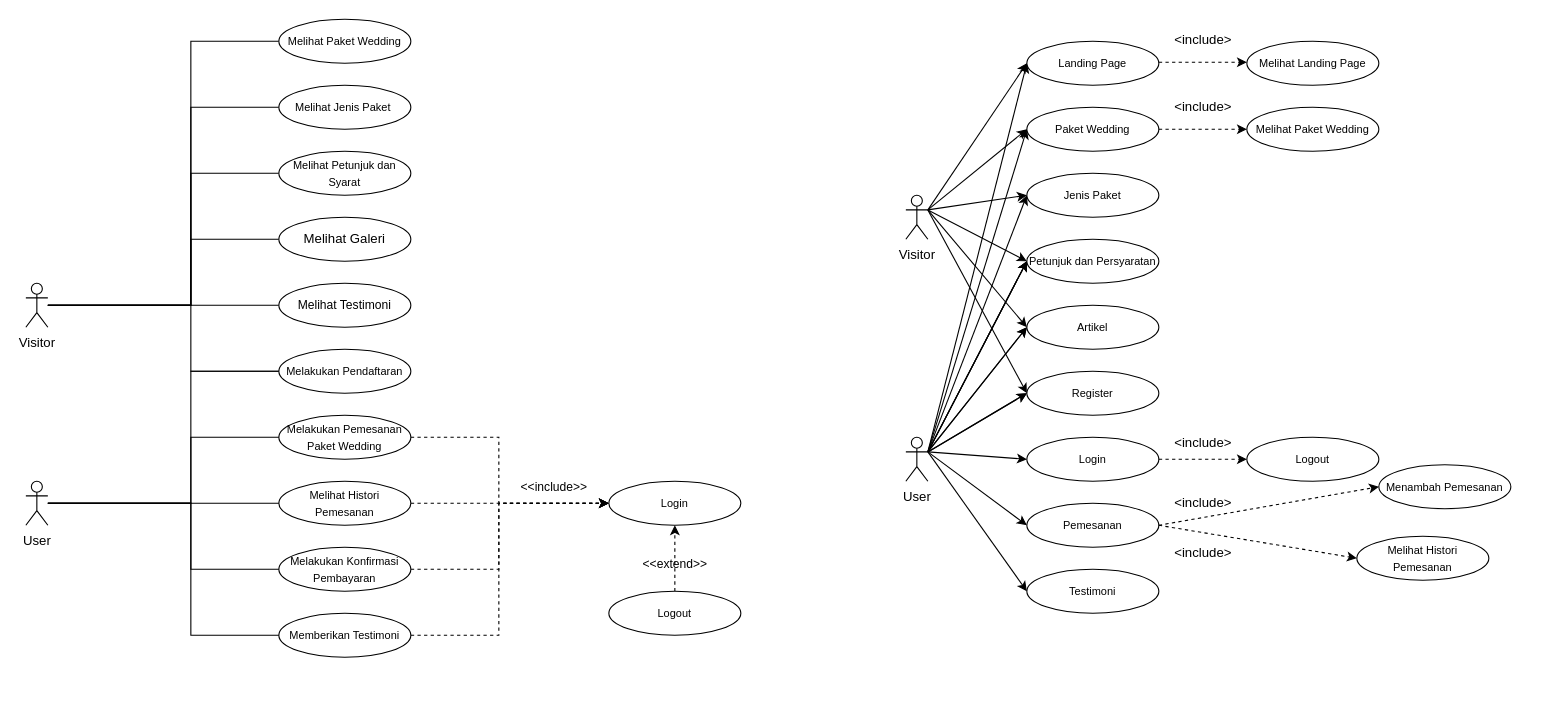
Earlier version of the draw.io diagram Use Case Diagram User.drawio (wepro-v/asset). Source tidied: cells renumbered, new cells numbered last; positions are measured from the earlier drawing's top-left corner, leaving out a move shared by most shapes. Both pictures are drawn from the tidied source at 110%, with x=0, y=0 at pixel (25, 19).
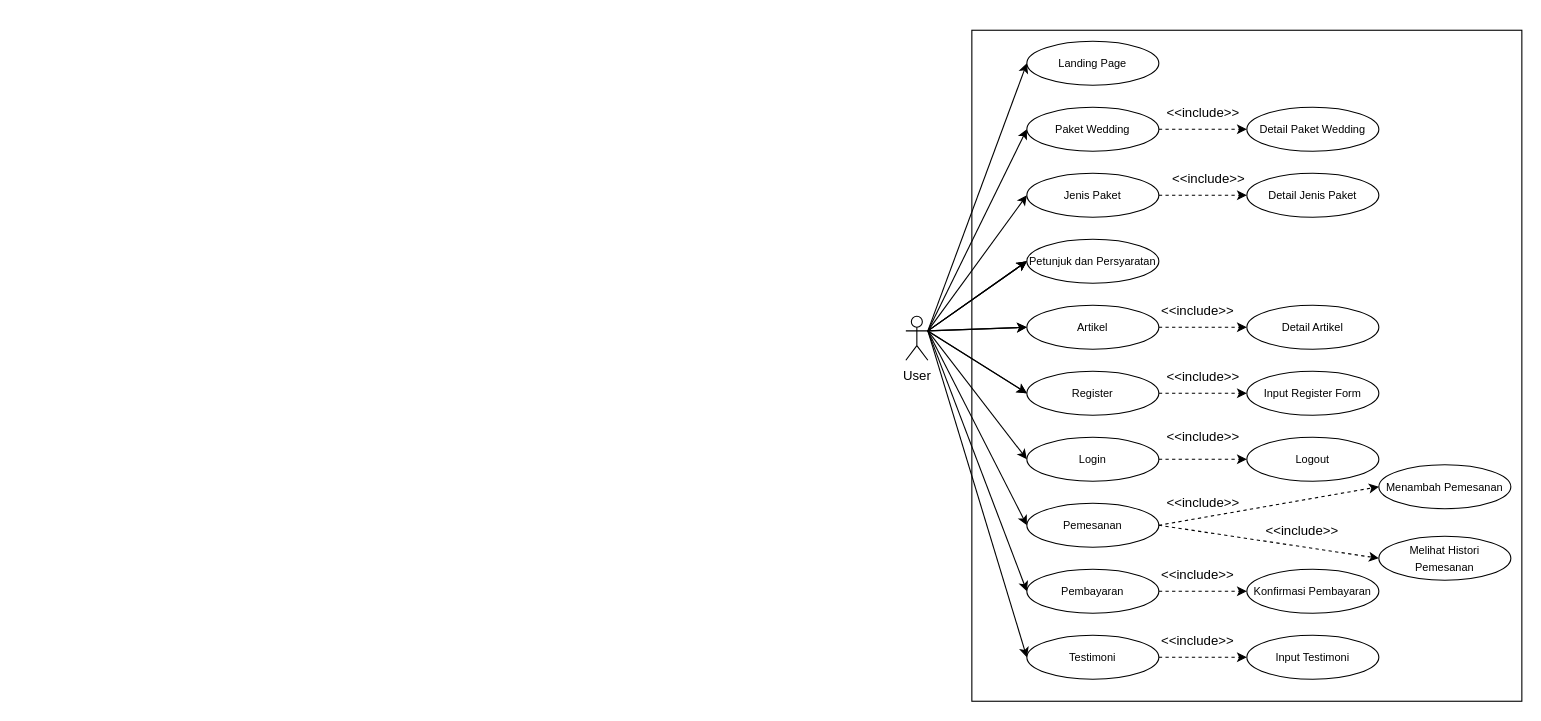
The same page after the edit.

The change refers to these unchanged cells:
```xml
<mxCell id="35" value="&lt;font style=&quot;font-size: 10px;&quot;&gt;Landing Page&lt;/font&gt;" style="ellipse;whiteSpace=wrap;html=1;" parent="1" vertex="1">
  <mxGeometry x="910" y="20" width="120" height="40" as="geometry" />
</mxCell>
<mxCell id="36" value="&lt;font style=&quot;font-size: 10px;&quot;&gt;Paket Wedding&lt;/font&gt;" style="ellipse;whiteSpace=wrap;html=1;" parent="1" vertex="1">
  <mxGeometry x="910" y="80" width="120" height="40" as="geometry" />
</mxCell>
<mxCell id="37" value="&lt;font style=&quot;font-size: 10px;&quot;&gt;Jenis Paket&lt;/font&gt;" style="ellipse;whiteSpace=wrap;html=1;" parent="1" vertex="1">
  <mxGeometry x="910" y="140" width="120" height="40" as="geometry" />
</mxCell>
<mxCell id="39" value="&lt;font style=&quot;font-size: 10px;&quot;&gt;Petunjuk dan Persyaratan&lt;/font&gt;" style="ellipse;whiteSpace=wrap;html=1;" parent="1" vertex="1">
  <mxGeometry x="910" y="200" width="120" height="40" as="geometry" />
</mxCell>
<mxCell id="40" value="&lt;font style=&quot;font-size: 10px;&quot;&gt;Register&lt;/font&gt;" style="ellipse;whiteSpace=wrap;html=1;" parent="1" vertex="1">
  <mxGeometry x="910" y="320" width="120" height="40" as="geometry" />
</mxCell>
<mxCell id="48" value="&lt;font style=&quot;font-size: 10px;&quot;&gt;Artikel&lt;/font&gt;" style="ellipse;whiteSpace=wrap;html=1;" parent="1" vertex="1">
  <mxGeometry x="910" y="260" width="120" height="40" as="geometry" />
</mxCell>
```

What changed in the source:
```diff
@@
-    <mxCell id="2" style="edgeStyle=orthogonalEdgeStyle;rounded=0;jettySize=auto;html=1;entryX=0;entryY=0.5;entryDx=0;entryDy=0;endArrow=none;endFill=0;" parent="1" edge="1" source="3" target="4">
-      <mxGeometry relative="1" as="geometry">
-        <Array as="points">
-          <mxPoint x="150" y="260" />
-          <mxPoint x="150" y="20" />
-        </Array>
-      </mxGeometry>
-    </mxCell>
-    <mxCell id="3" value="Visitor" style="shape=umlActor;verticalLabelPosition=bottom;verticalAlign=top;html=1;" parent="1" vertex="1">
-      <mxGeometry y="240" width="20" height="40" as="geometry" />
-    </mxCell>
-    <mxCell id="4" value="&lt;font style=&quot;font-size: 10px;&quot;&gt;Melihat Paket Wedding&lt;/font&gt;" style="ellipse;whiteSpace=wrap;html=1;" parent="1" vertex="1">
-      <mxGeometry x="230" width="120" height="40" as="geometry" />
-    </mxCell>
-    <mxCell id="5" style="edgeStyle=orthogonalEdgeStyle;rounded=0;jettySize=auto;html=1;endArrow=none;endFill=0;" parent="1" edge="1" source="6">
-      <mxGeometry relative="1" as="geometry">
-        <mxPoint x="20" y="260" as="targetPoint" />
-        <Array as="points">
-          <mxPoint x="150" y="80" />
-          <mxPoint x="150" y="260" />
-        </Array>
-      </mxGeometry>
-    </mxCell>
-    <mxCell id="6" value="&lt;font style=&quot;font-size: 10px;&quot;&gt;Melihat Jenis Paket&amp;nbsp;&lt;/font&gt;" style="ellipse;whiteSpace=wrap;html=1;" parent="1" vertex="1">
-      <mxGeometry x="230" y="60" width="120" height="40" as="geometry" />
-    </mxCell>
-    <mxCell id="7" style="edgeStyle=orthogonalEdgeStyle;rounded=0;jettySize=auto;html=1;exitX=0;exitY=0.5;exitDx=0;exitDy=0;endArrow=none;endFill=0;" parent="1" edge="1" source="8">
-      <mxGeometry relative="1" as="geometry">
-        <mxPoint x="20" y="260" as="targetPoint" />
-        <Array as="points">
-          <mxPoint x="150" y="140" />
-          <mxPoint x="150" y="260" />
-        </Array>
-      </mxGeometry>
-    </mxCell>
-    <mxCell id="8" value="&lt;font style=&quot;font-size: 10px;&quot;&gt;Melihat Petunjuk dan Syarat&lt;/font&gt;" style="ellipse;whiteSpace=wrap;html=1;" parent="1" vertex="1">
-      <mxGeometry x="230" y="120" width="120" height="40" as="geometry" />
-    </mxCell>
-    <mxCell id="9" style="edgeStyle=orthogonalEdgeStyle;rounded=0;jettySize=auto;html=1;endArrow=none;endFill=0;" parent="1" edge="1" source="10">
-      <mxGeometry relative="1" as="geometry">
-        <mxPoint x="20" y="260" as="targetPoint" />
-        <Array as="points">
-          <mxPoint x="150" y="200" />
-          <mxPoint x="150" y="260" />
-        </Array>
-      </mxGeometry>
-    </mxCell>
-    <mxCell id="10" value="Melihat Galeri" style="ellipse;whiteSpace=wrap;html=1;" parent="1" vertex="1">
-      <mxGeometry x="230" y="180" width="120" height="40" as="geometry" />
-    </mxCell>
-    <mxCell id="11" style="edgeStyle=orthogonalEdgeStyle;rounded=0;jettySize=auto;html=1;exitX=0;exitY=0.5;exitDx=0;exitDy=0;endArrow=none;endFill=0;" parent="1" edge="1" source="12">
-      <mxGeometry relative="1" as="geometry">
-        <mxPoint x="20" y="260.2" as="targetPoint" />
-      </mxGeometry>
-    </mxCell>
-    <mxCell id="12" value="Melihat Testimoni" style="ellipse;whiteSpace=wrap;html=1;fontSize=11;" parent="1" vertex="1">
-      <mxGeometry x="230" y="240" width="120" height="40" as="geometry" />
-    </mxCell>
-    <mxCell id="13" style="edgeStyle=orthogonalEdgeStyle;rounded=0;jettySize=auto;html=1;endArrow=none;endFill=0;" parent="1" edge="1" source="14">
-      <mxGeometry relative="1" as="geometry">
-        <mxPoint x="20" y="260" as="targetPoint" />
-        <Array as="points">
-          <mxPoint x="150" y="320" />
-          <mxPoint x="150" y="260" />
-        </Array>
-      </mxGeometry>
-    </mxCell>
-    <mxCell id="14" value="&lt;font style=&quot;font-size: 10px;&quot;&gt;Melakukan Pendaftaran&lt;/font&gt;" style="ellipse;whiteSpace=wrap;html=1;" parent="1" vertex="1">
-      <mxGeometry x="230" y="300" width="120" height="40" as="geometry" />
-    </mxCell>
-    <mxCell id="15" style="edgeStyle=orthogonalEdgeStyle;rounded=0;jettySize=auto;html=1;entryX=0;entryY=0.5;entryDx=0;entryDy=0;dashed=1;" parent="1" edge="1" source="16" target="23">
-      <mxGeometry relative="1" as="geometry">
-        <Array as="points">
-          <mxPoint x="430" y="380" />
-          <mxPoint x="430" y="440" />
-        </Array>
-      </mxGeometry>
-    </mxCell>
-    <mxCell id="16" value="&lt;font style=&quot;font-size: 10px;&quot;&gt;Melakukan Pemesanan Paket Wedding&lt;/font&gt;" style="ellipse;whiteSpace=wrap;html=1;" parent="1" vertex="1">
-      <mxGeometry x="230" y="360" width="120" height="40" as="geometry" />
-    </mxCell>
-    <mxCell id="17" style="edgeStyle=orthogonalEdgeStyle;rounded=0;jettySize=auto;html=1;exitX=1;exitY=0.5;exitDx=0;exitDy=0;dashed=1;entryX=0;entryY=0.5;entryDx=0;entryDy=0;" parent="1" edge="1" source="18" target="23">
-      <mxGeometry relative="1" as="geometry">
-        <Array as="points">
-          <mxPoint x="490" y="440" />
-          <mxPoint x="490" y="440" />
-        </Array>
-      </mxGeometry>
-    </mxCell>
-    <mxCell id="18" value="&lt;font style=&quot;font-size: 10px;&quot;&gt;Melihat Histori Pemesanan&lt;/font&gt;" style="ellipse;whiteSpace=wrap;html=1;" parent="1" vertex="1">
-      <mxGeometry x="230" y="420" width="120" height="40" as="geometry" />
-    </mxCell>
-    <mxCell id="19" style="edgeStyle=orthogonalEdgeStyle;rounded=0;jettySize=auto;html=1;entryX=0;entryY=0.5;entryDx=0;entryDy=0;dashed=1;" parent="1" edge="1" source="20" target="23">
-      <mxGeometry relative="1" as="geometry">
-        <Array as="points">
-          <mxPoint x="430" y="500" />
-          <mxPoint x="430" y="440" />
-        </Array>
-      </mxGeometry>
-    </mxCell>
-    <mxCell id="20" value="&lt;font style=&quot;font-size: 10px;&quot;&gt;Melakukan Konfirmasi Pembayaran&lt;/font&gt;" style="ellipse;whiteSpace=wrap;html=1;" parent="1" vertex="1">
-      <mxGeometry x="230" y="480" width="120" height="40" as="geometry" />
-    </mxCell>
-    <mxCell id="21" style="edgeStyle=orthogonalEdgeStyle;rounded=0;jettySize=auto;html=1;exitX=1;exitY=0.5;exitDx=0;exitDy=0;dashed=1;entryX=0;entryY=0.5;entryDx=0;entryDy=0;" parent="1" edge="1" source="22" target="23">
-      <mxGeometry relative="1" as="geometry">
-        <Array as="points">
-          <mxPoint x="430" y="560" />
-          <mxPoint x="430" y="440" />
-        </Array>
-      </mxGeometry>
-    </mxCell>
-    <mxCell id="22" value="&lt;font style=&quot;font-size: 10px;&quot;&gt;Memberikan Testimoni&lt;/font&gt;" style="ellipse;whiteSpace=wrap;html=1;" parent="1" vertex="1">
-      <mxGeometry x="230" y="540" width="120" height="40" as="geometry" />
-    </mxCell>
-    <mxCell id="23" value="&lt;font style=&quot;font-size: 10px;&quot;&gt;Login&lt;/font&gt;" style="ellipse;whiteSpace=wrap;html=1;" parent="1" vertex="1">
-      <mxGeometry x="530" y="420" width="120" height="40" as="geometry" />
-    </mxCell>
-    <mxCell id="24" value="&lt;font style=&quot;font-size: 11px;&quot;&gt;&amp;lt;&amp;lt;include&amp;gt;&amp;gt;&lt;/font&gt;" style="text;html=1;align=center;verticalAlign=middle;strokeColor=none;fillColor=none;" parent="1" vertex="1">
-      <mxGeometry x="440" y="410" width="80" height="30" as="geometry" />
-    </mxCell>
-    <mxCell id="25" style="edgeStyle=orthogonalEdgeStyle;rounded=0;jettySize=auto;html=1;dashed=1;" parent="1" edge="1" source="26" target="23">
-      <mxGeometry relative="1" as="geometry" />
-    </mxCell>
-    <mxCell id="26" value="&lt;font style=&quot;font-size: 10px;&quot;&gt;Logout&lt;/font&gt;" style="ellipse;whiteSpace=wrap;html=1;" parent="1" vertex="1">
-      <mxGeometry x="530" y="520" width="120" height="40" as="geometry" />
-    </mxCell>
-    <mxCell id="27" value="&lt;font style=&quot;font-size: 11px;&quot;&gt;&amp;lt;&amp;lt;extend&amp;gt;&amp;gt;&lt;/font&gt;" style="text;html=1;align=center;verticalAlign=middle;strokeColor=none;fillColor=none;" parent="1" vertex="1">
-      <mxGeometry x="550" y="480" width="80" height="30" as="geometry" />
-    </mxCell>
-    <mxCell id="28" style="edgeStyle=orthogonalEdgeStyle;rounded=0;jettySize=auto;html=1;entryX=0;entryY=0.5;entryDx=0;entryDy=0;endArrow=none;endFill=0;" parent="1" edge="1" source="33" target="16">
-      <mxGeometry relative="1" as="geometry">
-        <Array as="points">
-          <mxPoint x="150" y="440" />
-          <mxPoint x="150" y="380" />
-        </Array>
-      </mxGeometry>
-    </mxCell>
-    <mxCell id="29" style="edgeStyle=orthogonalEdgeStyle;rounded=0;jettySize=auto;html=1;entryX=0;entryY=0.5;entryDx=0;entryDy=0;endArrow=none;endFill=0;" parent="1" edge="1" source="33" target="18">
-      <mxGeometry relative="1" as="geometry" />
-    </mxCell>
-    <mxCell id="30" style="edgeStyle=orthogonalEdgeStyle;rounded=0;jettySize=auto;html=1;entryX=0;entryY=0.5;entryDx=0;entryDy=0;endArrow=none;endFill=0;" parent="1" edge="1" source="33" target="20">
-      <mxGeometry relative="1" as="geometry">
-        <Array as="points">
-          <mxPoint x="150" y="440" />
-          <mxPoint x="150" y="500" />
-        </Array>
-      </mxGeometry>
-    </mxCell>
-    <mxCell id="31" style="edgeStyle=orthogonalEdgeStyle;rounded=0;jettySize=auto;html=1;entryX=0;entryY=0.5;entryDx=0;entryDy=0;endArrow=none;endFill=0;" parent="1" edge="1" source="33" target="22">
-      <mxGeometry relative="1" as="geometry">
-        <Array as="points">
-          <mxPoint x="150" y="440" />
-          <mxPoint x="150" y="560" />
-        </Array>
-      </mxGeometry>
-    </mxCell>
-    <mxCell id="32" style="edgeStyle=orthogonalEdgeStyle;rounded=0;jettySize=auto;html=1;entryX=0;entryY=0.5;entryDx=0;entryDy=0;endArrow=none;endFill=0;" parent="1" edge="1" source="33" target="14">
-      <mxGeometry relative="1" as="geometry">
-        <Array as="points">
-          <mxPoint x="150" y="440" />
-          <mxPoint x="150" y="320" />
-        </Array>
-      </mxGeometry>
-    </mxCell>
-    <mxCell id="33" value="User" style="shape=umlActor;verticalLabelPosition=bottom;verticalAlign=top;html=1;" parent="1" vertex="1">
-      <mxGeometry y="420" width="20" height="40" as="geometry" />
-    </mxCell>
+    <mxCell id="79" style="rounded=0;whiteSpace=wrap;html=1;" parent="1" vertex="1">
+      <mxGeometry x="860" y="10" width="500" height="610" as="geometry" />
+    </mxCell>
     <mxCell id="34" value="User" style="shape=umlActor;verticalLabelPosition=bottom;verticalAlign=top;html=1;" parent="1" vertex="1">
-      <mxGeometry x="800" y="380" width="20" height="40" as="geometry" />
+      <mxGeometry x="800" y="270" width="20" height="40" as="geometry" />
     </mxCell>
@@
+    <mxCell id="80" style="edgeStyle=orthogonalEdgeStyle;rounded=0;jettySize=auto;html=1;dashed=1;" parent="1" edge="1" source="36" target="85">
+      <mxGeometry relative="1" as="geometry" />
+    </mxCell>
@@
+    <mxCell id="81" style="edgeStyle=orthogonalEdgeStyle;rounded=0;jettySize=auto;html=1;dashed=1;" parent="1" edge="1" source="37" target="86">
+      <mxGeometry relative="1" as="geometry" />
+    </mxCell>
@@
+    <mxCell id="82" style="edgeStyle=orthogonalEdgeStyle;rounded=0;jettySize=auto;html=1;dashed=1;" parent="1" edge="1" source="40" target="88">
+      <mxGeometry relative="1" as="geometry" />
+    </mxCell>
@@
-    <mxCell id="42" value="Visitor" style="shape=umlActor;verticalLabelPosition=bottom;verticalAlign=top;html=1;" parent="1" vertex="1">
-      <mxGeometry x="800" y="160" width="20" height="40" as="geometry" />
-    </mxCell>
-    <mxCell id="43" style="endArrow=classic;html=1;rounded=0;exitX=1;exitY=0.3333333333333333;exitDx=0;exitDy=0;exitPerimeter=0;entryX=0;entryY=0.5;entryDx=0;entryDy=0;" parent="1" edge="1" source="42" target="35">
-      <mxGeometry relative="1" as="geometry" />
-    </mxCell>
-    <mxCell id="44" style="endArrow=classic;html=1;rounded=0;entryX=0;entryY=0.5;entryDx=0;entryDy=0;exitX=1;exitY=0.3333333333333333;exitDx=0;exitDy=0;exitPerimeter=0;" parent="1" edge="1" source="42" target="36">
-      <mxGeometry relative="1" as="geometry" />
-    </mxCell>
-    <mxCell id="45" style="endArrow=classic;html=1;rounded=0;entryX=0;entryY=0.5;entryDx=0;entryDy=0;exitX=1;exitY=0.3333333333333333;exitDx=0;exitDy=0;exitPerimeter=0;" parent="1" edge="1" source="42" target="37">
-      <mxGeometry relative="1" as="geometry" />
-    </mxCell>
-    <mxCell id="46" style="endArrow=classic;html=1;rounded=0;exitX=1;exitY=0.3333333333333333;exitDx=0;exitDy=0;exitPerimeter=0;entryX=0;entryY=0.5;entryDx=0;entryDy=0;" parent="1" edge="1" source="42" target="39">
-      <mxGeometry relative="1" as="geometry" />
-    </mxCell>
-    <mxCell id="47" style="endArrow=classic;html=1;rounded=0;exitX=1;exitY=0.3333333333333333;exitDx=0;exitDy=0;exitPerimeter=0;entryX=0;entryY=0.5;entryDx=0;entryDy=0;" parent="1" edge="1" source="42" target="40">
-      <mxGeometry relative="1" as="geometry" />
-    </mxCell>
+    <mxCell id="83" style="edgeStyle=orthogonalEdgeStyle;rounded=0;jettySize=auto;html=1;dashed=1;" parent="1" edge="1" source="48" target="87">
+      <mxGeometry relative="1" as="geometry" />
+    </mxCell>
@@
-    <mxCell id="49" style="endArrow=classic;html=1;rounded=0;entryX=0;entryY=0.5;entryDx=0;entryDy=0;exitX=1;exitY=0.3333333333333333;exitDx=0;exitDy=0;exitPerimeter=0;" parent="1" edge="1" source="42" target="48">
-      <mxGeometry relative="1" as="geometry" />
-    </mxCell>
+    <mxCell id="84" style="edgeStyle=orthogonalEdgeStyle;rounded=0;jettySize=auto;html=1;dashed=1;" parent="1" edge="1" source="50" target="89">
+      <mxGeometry relative="1" as="geometry" />
+    </mxCell>
     <mxCell id="50" value="&lt;font style=&quot;font-size: 10px;&quot;&gt;Testimoni&lt;/font&gt;" style="ellipse;whiteSpace=wrap;html=1;" parent="1" vertex="1">
-      <mxGeometry x="910" y="500" width="120" height="40" as="geometry" />
+      <mxGeometry x="910" y="560" width="120" height="40" as="geometry" />
     </mxCell>
@@
-    <mxCell id="64" value="&lt;font style=&quot;font-size: 10px;&quot;&gt;Melihat Landing Page&lt;/font&gt;" style="ellipse;whiteSpace=wrap;html=1;" parent="1" vertex="1">
-      <mxGeometry x="1110" y="20" width="120" height="40" as="geometry" />
-    </mxCell>
-    <mxCell id="65" value="&lt;font style=&quot;font-size: 10px;&quot;&gt;Melihat Paket Wedding&lt;/font&gt;" style="ellipse;whiteSpace=wrap;html=1;" parent="1" vertex="1">
-      <mxGeometry x="1110" y="80" width="120" height="40" as="geometry" />
-    </mxCell>
@@
     <mxCell id="68" value="&lt;font style=&quot;font-size: 10px;&quot;&gt;Melihat Histori Pemesanan&lt;/font&gt;" style="ellipse;whiteSpace=wrap;html=1;" parent="1" vertex="1">
-      <mxGeometry x="1210" y="470" width="120" height="40" as="geometry" />
+      <mxGeometry x="1230" y="470" width="120" height="40" as="geometry" />
     </mxCell>
@@
-    <mxCell id="71" value="&amp;lt;include&amp;gt;" style="text;html=1;align=center;verticalAlign=middle;strokeColor=none;fillColor=none;" parent="1" vertex="1">
-      <mxGeometry x="1030" y="425" width="80" height="30" as="geometry" />
+    <mxCell id="71" value="&amp;lt;&amp;lt;include&amp;gt;&amp;gt;" style="text;html=1;align=center;verticalAlign=middle;strokeColor=none;fillColor=none;" parent="1" vertex="1">
+      <mxGeometry x="1025" y="425" width="90" height="30" as="geometry" />
     </mxCell>
-    <mxCell id="72" value="&amp;lt;include&amp;gt;" style="text;html=1;align=center;verticalAlign=middle;strokeColor=none;fillColor=none;" parent="1" vertex="1">
-      <mxGeometry x="1030" y="470" width="80" height="30" as="geometry" />
+    <mxCell id="72" value="&amp;lt;&amp;lt;include&amp;gt;&amp;gt;" style="text;html=1;align=center;verticalAlign=middle;strokeColor=none;fillColor=none;" parent="1" vertex="1">
+      <mxGeometry x="1115" y="450" width="90" height="30" as="geometry" />
     </mxCell>
@@
-    <mxCell id="74" value="&amp;lt;include&amp;gt;" style="text;html=1;align=center;verticalAlign=middle;strokeColor=none;fillColor=none;" parent="1" vertex="1">
-      <mxGeometry x="1030" y="370" width="80" height="30" as="geometry" />
+    <mxCell id="74" value="&amp;lt;&amp;lt;include&amp;gt;&amp;gt;" style="text;html=1;align=center;verticalAlign=middle;strokeColor=none;fillColor=none;" parent="1" vertex="1">
+      <mxGeometry x="1025" y="365" width="90" height="30" as="geometry" />
     </mxCell>
-    <mxCell id="75" style="endArrow=classic;html=1;rounded=0;entryX=0;entryY=0.5;entryDx=0;entryDy=0;exitX=1;exitY=0.5;exitDx=0;exitDy=0;dashed=1;" parent="1" edge="1" target="65">
-      <mxGeometry relative="1" as="geometry">
-        <mxPoint x="1030" y="100" as="sourcePoint" />
-      </mxGeometry>
-    </mxCell>
-    <mxCell id="76" value="&amp;lt;include&amp;gt;" style="text;html=1;align=center;verticalAlign=middle;strokeColor=none;fillColor=none;" parent="1" vertex="1">
-      <mxGeometry x="1030" y="65" width="80" height="30" as="geometry" />
-    </mxCell>
-    <mxCell id="77" style="endArrow=classic;html=1;rounded=0;entryX=0;entryY=0.5;entryDx=0;entryDy=0;exitX=1;exitY=0.5;exitDx=0;exitDy=0;dashed=1;" parent="1" edge="1">
-      <mxGeometry relative="1" as="geometry">
-        <mxPoint x="1030" y="39.1" as="sourcePoint" />
-        <mxPoint x="1110" y="39.1" as="targetPoint" />
-      </mxGeometry>
-    </mxCell>
-    <mxCell id="78" value="&amp;lt;include&amp;gt;" style="text;html=1;align=center;verticalAlign=middle;strokeColor=none;fillColor=none;" parent="1" vertex="1">
-      <mxGeometry x="1030" y="4.1" width="80" height="30" as="geometry" />
-    </mxCell>
+    <mxCell id="85" value="&lt;font style=&quot;font-size: 10px;&quot;&gt;Detail Paket Wedding&lt;/font&gt;" style="ellipse;whiteSpace=wrap;html=1;" parent="1" vertex="1">
+      <mxGeometry x="1110" y="80" width="120" height="40" as="geometry" />
+    </mxCell>
+    <mxCell id="86" value="&lt;font style=&quot;font-size: 10px;&quot;&gt;Detail Jenis Paket&lt;/font&gt;" style="ellipse;whiteSpace=wrap;html=1;" parent="1" vertex="1">
+      <mxGeometry x="1110" y="140" width="120" height="40" as="geometry" />
+    </mxCell>
+    <mxCell id="87" value="&lt;font style=&quot;font-size: 10px;&quot;&gt;Detail Artikel&lt;/font&gt;" style="ellipse;whiteSpace=wrap;html=1;" parent="1" vertex="1">
+      <mxGeometry x="1110" y="260" width="120" height="40" as="geometry" />
+    </mxCell>
+    <mxCell id="88" value="&lt;font style=&quot;font-size: 10px;&quot;&gt;Input Register Form&lt;/font&gt;" style="ellipse;whiteSpace=wrap;html=1;" parent="1" vertex="1">
+      <mxGeometry x="1110" y="320" width="120" height="40" as="geometry" />
+    </mxCell>
+    <mxCell id="89" value="&lt;font style=&quot;font-size: 10px;&quot;&gt;Input Testimoni&lt;/font&gt;" style="ellipse;whiteSpace=wrap;html=1;" parent="1" vertex="1">
+      <mxGeometry x="1110" y="560" width="120" height="40" as="geometry" />
+    </mxCell>
+    <mxCell id="90" value="&amp;lt;&amp;lt;include&amp;gt;&amp;gt;" style="text;html=1;align=center;verticalAlign=middle;strokeColor=none;fillColor=none;" parent="1" vertex="1">
+      <mxGeometry x="1020" y="550" width="90" height="30" as="geometry" />
+    </mxCell>
+    <mxCell id="91" value="&amp;lt;&amp;lt;include&amp;gt;&amp;gt;" style="text;html=1;align=center;verticalAlign=middle;strokeColor=none;fillColor=none;" parent="1" vertex="1">
+      <mxGeometry x="1025" y="310" width="90" height="30" as="geometry" />
+    </mxCell>
+    <mxCell id="92" value="&amp;lt;&amp;lt;include&amp;gt;&amp;gt;" style="text;html=1;align=center;verticalAlign=middle;strokeColor=none;fillColor=none;" parent="1" vertex="1">
+      <mxGeometry x="1020" y="250" width="90" height="30" as="geometry" />
+    </mxCell>
+    <mxCell id="93" style="edgeStyle=orthogonalEdgeStyle;rounded=0;jettySize=auto;html=1;dashed=1;" parent="1" edge="1" source="94" target="95">
+      <mxGeometry relative="1" as="geometry" />
+    </mxCell>
+    <mxCell id="94" value="&lt;font style=&quot;font-size: 10px;&quot;&gt;Pembayaran&lt;/font&gt;" style="ellipse;whiteSpace=wrap;html=1;" parent="1" vertex="1">
+      <mxGeometry x="910" y="500" width="120" height="40" as="geometry" />
+    </mxCell>
+    <mxCell id="95" value="&lt;font style=&quot;font-size: 10px;&quot;&gt;Konfirmasi Pembayaran&lt;/font&gt;" style="ellipse;whiteSpace=wrap;html=1;" parent="1" vertex="1">
+      <mxGeometry x="1110" y="500" width="120" height="40" as="geometry" />
+    </mxCell>
+    <mxCell id="96" value="&amp;lt;&amp;lt;include&amp;gt;&amp;gt;" style="text;html=1;align=center;verticalAlign=middle;strokeColor=none;fillColor=none;" parent="1" vertex="1">
+      <mxGeometry x="1020" y="490" width="90" height="30" as="geometry" />
+    </mxCell>
+    <mxCell id="97" style="endArrow=classic;html=1;rounded=0;entryX=0;entryY=0.5;entryDx=0;entryDy=0;exitX=1;exitY=0.3333333333333333;exitDx=0;exitDy=0;exitPerimeter=0;" parent="1" edge="1" source="34" target="94">
+      <mxGeometry relative="1" as="geometry" />
+    </mxCell>
+    <mxCell id="98" value="&amp;lt;&amp;lt;include&amp;gt;&amp;gt;" style="text;html=1;align=center;verticalAlign=middle;strokeColor=none;fillColor=none;" parent="1" vertex="1">
+      <mxGeometry x="1030" y="130" width="90" height="30" as="geometry" />
+    </mxCell>
+    <mxCell id="99" value="&amp;lt;&amp;lt;include&amp;gt;&amp;gt;" style="text;html=1;align=center;verticalAlign=middle;strokeColor=none;fillColor=none;" parent="1" vertex="1">
+      <mxGeometry x="1025" y="70" width="90" height="30" as="geometry" />
+    </mxCell>
```
